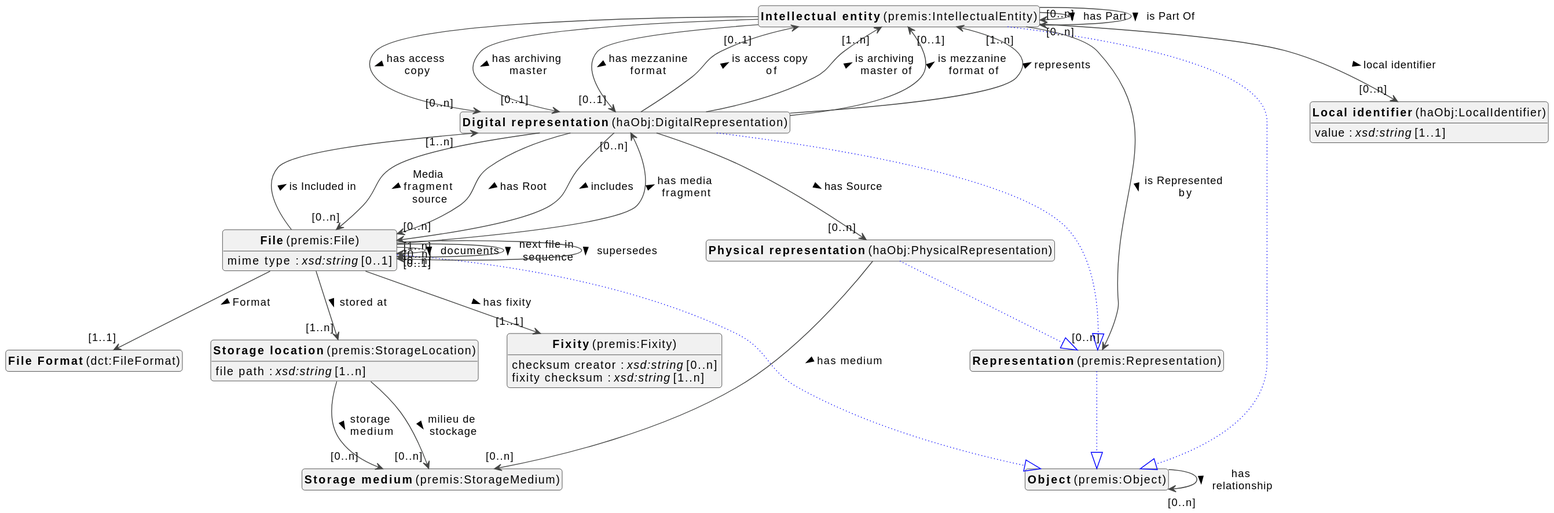
Earlier version of the PlantUML export docs/metadata/modellen/0.0.1/object-diagram.svg (viaacode/documentation-jekyll).
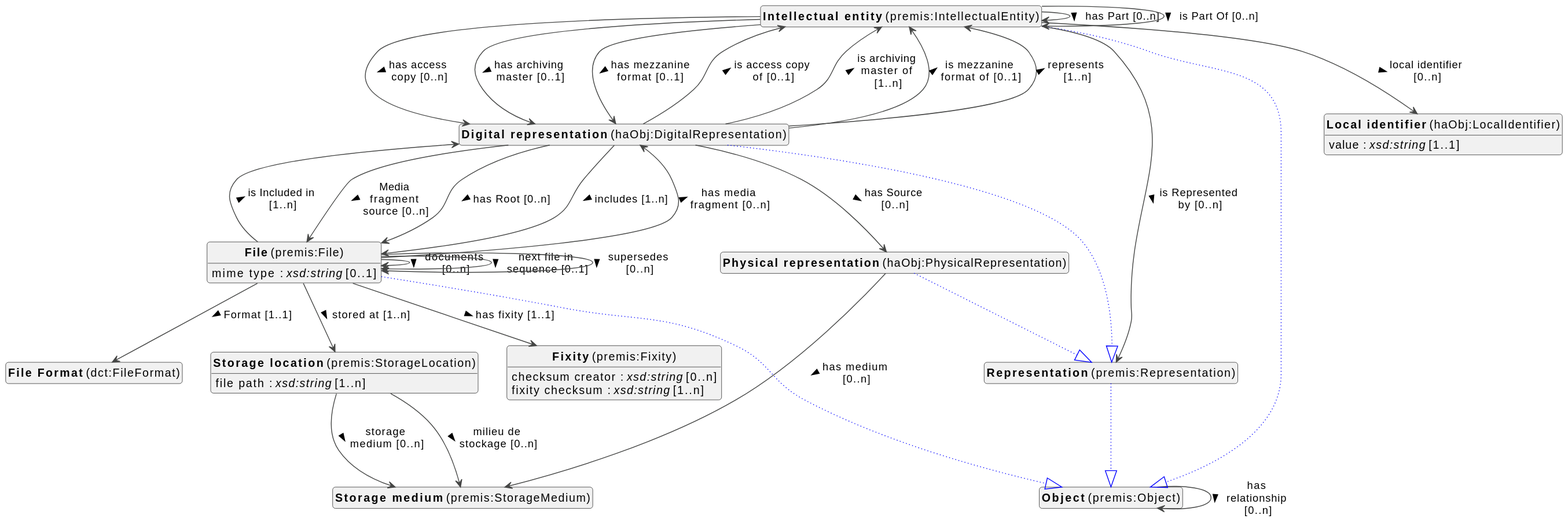
Later version of the same file.

The edit, as a diff of the source:
```diff
@@ -20,76 +20,76 @@
 class "<b>Fixity</b> (premis:Fixity)" as premis_Fixity [[#premis%3AFixity]]
 class "<b>Storage location</b> (premis:StorageLocation)" as premis_StorageLocation [[#premis%3AStorageLocation]]
 class "<b>Local identifier</b> (haObj:LocalIdentifier)" as haObj_LocalIdentifier [[#haObj%3ALocalIdentifier]]
+class "<b>Storage medium</b> (premis:StorageMedium)" as premis_StorageMedium [[#premis%3AStorageMedium]]
 class "<b>Representation</b> (premis:Representation)" as premis_Representation [[#premis%3ARepresentation]]
 class "<b>Object</b> (premis:Object)" as premis_Object [[#premis%3AObject]]
-class "<b>Storage medium</b> (premis:StorageMedium)" as premis_StorageMedium [[#premis%3AStorageMedium]]
 class "<b>File Format</b> (dct:FileFormat)" as dct_FileFormat [[#dct%3AFileFormat]]
 
 
 
-premis_Object --> "[0..n]" premis_Object : has relationship >
+premis_Object --> premis_Object : has relationship [0..n] >
 
 premis_IntellectualEntity --|> premis_Object #blue;line.dotted;text:blue
 
 
-premis_IntellectualEntity --> "[0..n]" premis_IntellectualEntity : has Part >
+premis_IntellectualEntity --> premis_IntellectualEntity : has Part [0..n] >
 
-premis_IntellectualEntity --> "[0..n]" haObj_DigitalRepresentation : has access copy >
+premis_IntellectualEntity --> haObj_DigitalRepresentation : has access copy [0..n] >
 
-premis_IntellectualEntity --> "[0..1]" haObj_DigitalRepresentation : has archiving master >
+premis_IntellectualEntity --> haObj_DigitalRepresentation : has archiving master [0..1] >
 
-premis_IntellectualEntity --> "[0..1]" haObj_DigitalRepresentation : has mezzanine format >
+premis_IntellectualEntity --> haObj_DigitalRepresentation : has mezzanine format [0..1] >
 
-premis_IntellectualEntity --> "[0..n]" premis_IntellectualEntity : is Part Of >
+premis_IntellectualEntity --> premis_IntellectualEntity : is Part Of [0..n] >
 
-premis_IntellectualEntity --> "[0..n]" premis_Representation : is Represented by >
+premis_IntellectualEntity --> premis_Representation : is Represented by [0..n] >
 
-premis_IntellectualEntity --> "[0..n]" haObj_LocalIdentifier : local identifier >
+premis_IntellectualEntity --> haObj_LocalIdentifier : local identifier [0..n] >
 
 haObj_PhysicalRepresentation --|> premis_Representation #blue;line.dotted;text:blue
 
 
-haObj_PhysicalRepresentation --> "[0..n]" premis_StorageMedium : has medium >
+haObj_PhysicalRepresentation --> premis_StorageMedium : has medium [0..n] >
 
 haObj_DigitalRepresentation --|> premis_Representation #blue;line.dotted;text:blue
 
 
-haObj_DigitalRepresentation --> "[0..n]" premis_File : Media fragment source >
+haObj_DigitalRepresentation --> premis_File : Media fragment source [0..n] >
 
-haObj_DigitalRepresentation --> "[0..n]" premis_File : has Root >
+haObj_DigitalRepresentation --> premis_File : has Root [0..n] >
 
-haObj_DigitalRepresentation --> "[0..n]" haObj_PhysicalRepresentation : has Source >
+haObj_DigitalRepresentation --> haObj_PhysicalRepresentation : has Source [0..n] >
 
-haObj_DigitalRepresentation --> "[1..n]" premis_File : includes >
+haObj_DigitalRepresentation --> premis_File : includes [1..n] >
 
-haObj_DigitalRepresentation --> "[0..1]" premis_IntellectualEntity : is access copy of >
+haObj_DigitalRepresentation --> premis_IntellectualEntity : is access copy of [0..1] >
 
-haObj_DigitalRepresentation --> "[1..n]" premis_IntellectualEntity : is archiving master of >
+haObj_DigitalRepresentation --> premis_IntellectualEntity : is archiving master of [1..n] >
 
-haObj_DigitalRepresentation --> "[0..1]" premis_IntellectualEntity : is mezzanine format of >
+haObj_DigitalRepresentation --> premis_IntellectualEntity : is mezzanine format of [0..1] >
 
-haObj_DigitalRepresentation --> "[1..n]" premis_IntellectualEntity : represents >
+haObj_DigitalRepresentation --> premis_IntellectualEntity : represents [1..n] >
 
 premis_File --|> premis_Object #blue;line.dotted;text:blue
 
 
-premis_File --> "[1..1]" dct_FileFormat : Format >
+premis_File --> dct_FileFormat : Format [1..1] >
 
-premis_File --> "[0..n]" premis_File : documents >
+premis_File --> premis_File : documents [0..n] >
 
-premis_File --> "[1..1]" premis_Fixity : has fixity >
+premis_File --> premis_Fixity : has fixity [1..1] >
 
-premis_File --> "[0..n]" haObj_DigitalRepresentation : has media fragment >
+premis_File --> haObj_DigitalRepresentation : has media fragment [0..n] >
 
-premis_File --> "[1..n]" haObj_DigitalRepresentation : is Included in >
+premis_File --> haObj_DigitalRepresentation : is Included in [1..n] >
 premis_File : mime type : <i>xsd:string</i> [0..1]
 
 
-premis_File --> "[0..1]" premis_File : next file in sequence >
+premis_File --> premis_File : next file in sequence [0..1] >
 
-premis_File --> "[1..n]" premis_StorageLocation : stored at >
+premis_File --> premis_StorageLocation : stored at [1..n] >
 
-premis_File --> "[0..n]" premis_File : supersedes >
+premis_File --> premis_File : supersedes [0..n] >
 
 
 premis_Fixity : checksum creator : <i>xsd:string</i> [0..n]
@@ -101,17 +101,17 @@
 premis_StorageLocation : file path : <i>xsd:string</i> [1..n]
 
 
-premis_StorageLocation --> "[0..n]" premis_StorageMedium : milieu de stockage >
+premis_StorageLocation --> premis_StorageMedium : milieu de stockage [0..n] >
 
-premis_StorageLocation --> "[0..n]" premis_StorageMedium : storage medium >
+premis_StorageLocation --> premis_StorageMedium : storage medium [0..n] >
 
 
 haObj_LocalIdentifier : value : <i>xsd:string</i> [1..1]
 
 
-premis_Representation --|> premis_Object #blue;line.dotted;text:blue
 
 
+premis_Representation --|> premis_Object #blue;line.dotted;text:blue
 
 
 
```
